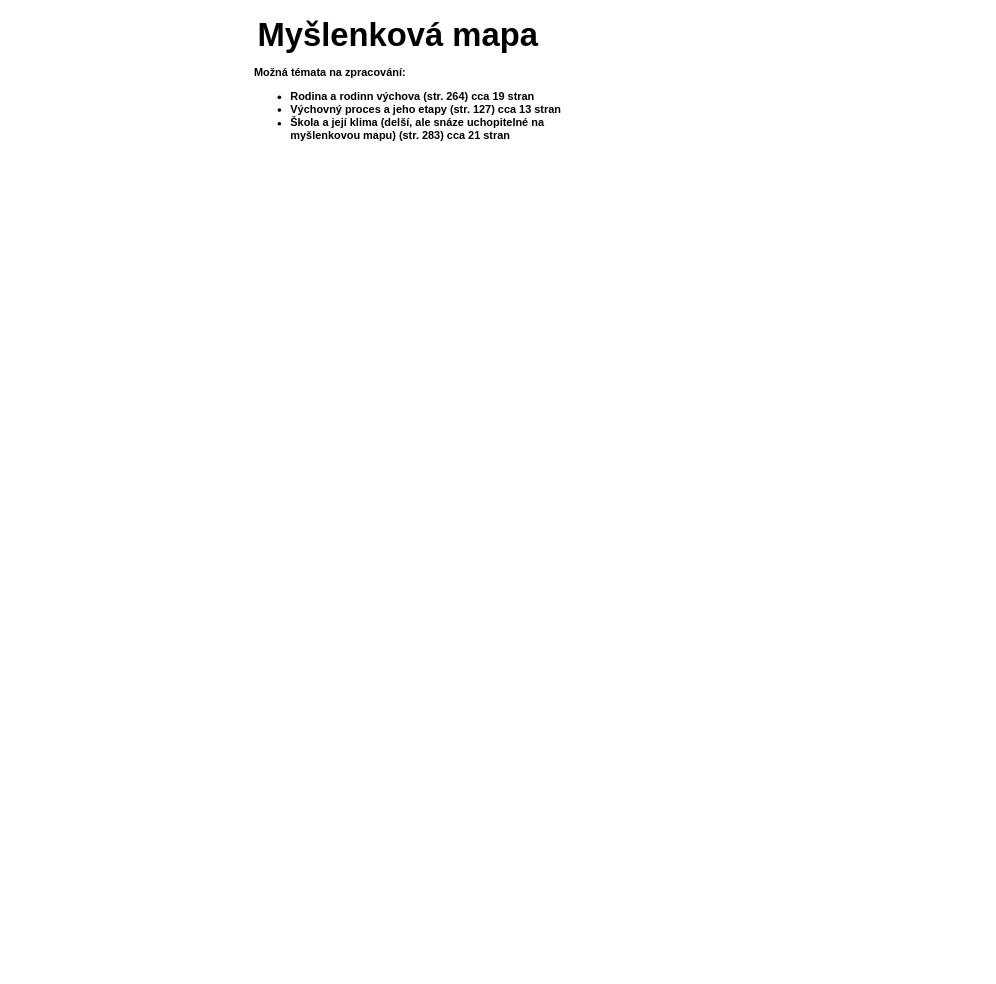
The draw.io diagram mind_map.drawio in 3n0wd3n/UP-Propedeutics---mind-map, before the edit. Source tidied: cells renumbered, new cells numbered last; positions are measured from the earlier drawing's top-left corner, leaving out a move shared by most shapes. Both pictures are drawn from the tidied source at 91%, with x=0, y=0 at pixel (252, 21).
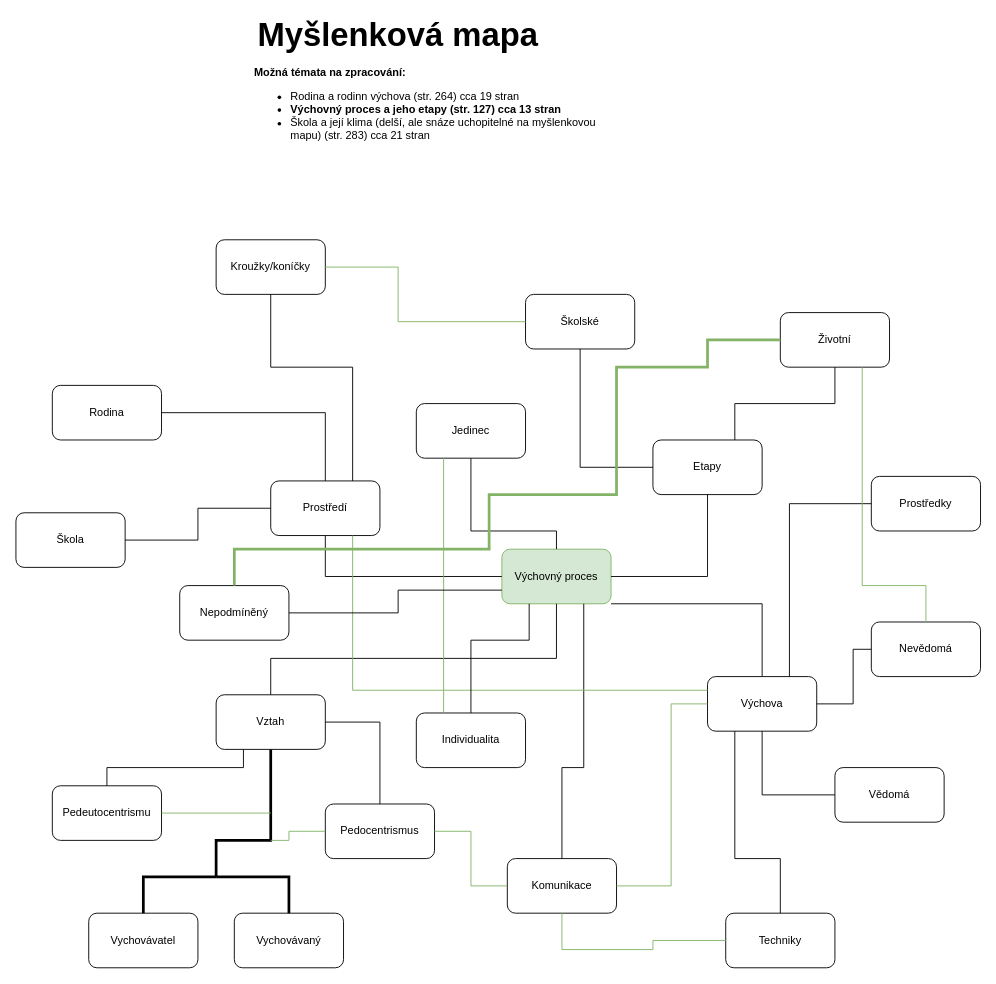
After the change.

The edit, as a diff of the source:
```diff
@@
-    <mxCell id="3" value="&lt;b&gt;Možná témata na zpracování:&lt;/b&gt;&lt;div&gt;&lt;ul&gt;&lt;li&gt;&lt;b&gt;Rodina a rodinn výchova (str. 264) cca 19 stran&lt;/b&gt;&lt;/li&gt;&lt;li&gt;&lt;b&gt;Výchovný proces a jeho etapy (str. 127) cca 13 stran&lt;/b&gt;&lt;/li&gt;&lt;li&gt;&lt;b&gt;Škola a její klima (delší, ale snáze uchopitelné na myšlenkovou mapu) (str. 283) cca 21 stran&lt;/b&gt;&lt;/li&gt;&lt;/ul&gt;&lt;div&gt;&lt;b&gt;&lt;br&gt;&lt;/b&gt;&lt;/div&gt;&lt;/div&gt;" style="text;html=1;align=left;verticalAlign=middle;whiteSpace=wrap;rounded=0;" parent="1" vertex="1">
+    <mxCell id="3" value="&lt;b&gt;Možná témata na zpracování:&lt;/b&gt;&lt;div&gt;&lt;ul&gt;&lt;li&gt;Rodina a rodinn výchova (str. 264) cca 19 stran&lt;/li&gt;&lt;li&gt;&lt;b&gt;Výchovný proces a jeho etapy (str. 127) cca 13 stran&lt;/b&gt;&lt;/li&gt;&lt;li&gt;Škola a její klima (delší, ale snáze uchopitelné na myšlenkovou mapu) (str. 283) cca 21 stran&lt;/li&gt;&lt;/ul&gt;&lt;div&gt;&lt;b&gt;&lt;br&gt;&lt;/b&gt;&lt;/div&gt;&lt;/div&gt;" style="text;html=1;align=left;verticalAlign=middle;whiteSpace=wrap;rounded=0;" parent="1" vertex="1">
       <mxGeometry y="40" width="400" height="127" as="geometry" />
     </mxCell>
+    <mxCell id="4" value="Výchovný proces" style="rounded=1;whiteSpace=wrap;html=1;fillColor=#d5e8d4;strokeColor=#82b366;" parent="1" vertex="1">
+      <mxGeometry x="274" y="580" width="120" height="60" as="geometry" />
+    </mxCell>
+    <mxCell id="5" value="Etapy" style="rounded=1;whiteSpace=wrap;html=1;" parent="1" vertex="1">
+      <mxGeometry x="440" y="460" width="120" height="60" as="geometry" />
+    </mxCell>
+    <mxCell id="6" value="Školské" style="rounded=1;whiteSpace=wrap;html=1;" parent="1" vertex="1">
+      <mxGeometry x="300" y="300" width="120" height="60" as="geometry" />
+    </mxCell>
+    <mxCell id="7" value="Životní" style="rounded=1;whiteSpace=wrap;html=1;" parent="1" vertex="1">
+      <mxGeometry x="580" y="320" width="120" height="60" as="geometry" />
+    </mxCell>
+    <mxCell id="8" style="endArrow=none;html=1;rounded=0;entryX=0.5;entryY=1;entryDx=0;entryDy=0;exitX=1;exitY=0.5;exitDx=0;exitDy=0;" parent="1" edge="1" source="4" target="5">
+      <mxGeometry relative="1" as="geometry">
+        <Array as="points">
+          <mxPoint x="500" y="610" />
+        </Array>
+      </mxGeometry>
+    </mxCell>
+    <mxCell id="9" style="endArrow=none;html=1;rounded=0;entryX=0.5;entryY=1;entryDx=0;entryDy=0;exitX=0;exitY=0.5;exitDx=0;exitDy=0;" parent="1" edge="1" source="5" target="6">
+      <mxGeometry relative="1" as="geometry">
+        <Array as="points">
+          <mxPoint x="360" y="490" />
+        </Array>
+      </mxGeometry>
+    </mxCell>
+    <mxCell id="10" style="endArrow=none;html=1;rounded=0;entryX=0.5;entryY=1;entryDx=0;entryDy=0;exitX=0.75;exitY=0;exitDx=0;exitDy=0;" parent="1" edge="1" source="5" target="7">
+      <mxGeometry relative="1" as="geometry">
+        <Array as="points">
+          <mxPoint x="530" y="420" />
+          <mxPoint x="640" y="420" />
+        </Array>
+      </mxGeometry>
+    </mxCell>
+    <mxCell id="11" value="Prostředí" style="rounded=1;whiteSpace=wrap;html=1;" parent="1" vertex="1">
+      <mxGeometry x="20" y="505" width="120" height="60" as="geometry" />
+    </mxCell>
+    <mxCell id="12" style="endArrow=none;html=1;rounded=0;exitX=0;exitY=0.5;exitDx=0;exitDy=0;entryX=0.5;entryY=1;entryDx=0;entryDy=0;" parent="1" edge="1" source="4" target="11">
+      <mxGeometry relative="1" as="geometry">
+        <Array as="points">
+          <mxPoint x="80" y="610" />
+        </Array>
+      </mxGeometry>
+    </mxCell>
+    <mxCell id="13" value="Rodina" style="rounded=1;whiteSpace=wrap;html=1;" parent="1" vertex="1">
+      <mxGeometry x="-220" y="400" width="120" height="60" as="geometry" />
+    </mxCell>
+    <mxCell id="14" style="endArrow=none;html=1;rounded=0;exitX=0.5;exitY=0;exitDx=0;exitDy=0;entryX=1;entryY=0.5;entryDx=0;entryDy=0;" parent="1" edge="1" source="11" target="13">
+      <mxGeometry relative="1" as="geometry">
+        <Array as="points">
+          <mxPoint x="80" y="430" />
+        </Array>
+      </mxGeometry>
+    </mxCell>
+    <mxCell id="15" value="Škola" style="rounded=1;whiteSpace=wrap;html=1;" parent="1" vertex="1">
+      <mxGeometry x="-260" y="540" width="120" height="60" as="geometry" />
+    </mxCell>
+    <mxCell id="16" style="endArrow=none;html=1;rounded=0;exitX=1;exitY=0.5;exitDx=0;exitDy=0;entryX=0;entryY=0.5;entryDx=0;entryDy=0;" parent="1" edge="1" source="15" target="11">
+      <mxGeometry relative="1" as="geometry">
+        <Array as="points">
+          <mxPoint x="-60" y="570" />
+          <mxPoint x="-60" y="535" />
+        </Array>
+      </mxGeometry>
+    </mxCell>
+    <mxCell id="17" value="Kroužky/koníčky" style="rounded=1;whiteSpace=wrap;html=1;" parent="1" vertex="1">
+      <mxGeometry x="-40" y="240" width="120" height="60" as="geometry" />
+    </mxCell>
+    <mxCell id="18" style="endArrow=none;html=1;rounded=0;exitX=0.75;exitY=0;exitDx=0;exitDy=0;entryX=0.5;entryY=1;entryDx=0;entryDy=0;" parent="1" edge="1" source="11" target="17">
+      <mxGeometry relative="1" as="geometry">
+        <Array as="points">
+          <mxPoint x="110" y="380" />
+          <mxPoint x="20" y="380" />
+        </Array>
+      </mxGeometry>
+    </mxCell>
+    <mxCell id="19" style="endArrow=none;html=1;rounded=0;entryX=0;entryY=0.5;entryDx=0;entryDy=0;exitX=1;exitY=0.5;exitDx=0;exitDy=0;fillColor=#d5e8d4;strokeColor=#82b366;" parent="1" edge="1" source="17" target="6">
+      <mxGeometry relative="1" as="geometry">
+        <Array as="points">
+          <mxPoint x="160" y="270" />
+          <mxPoint x="160" y="330" />
+        </Array>
+      </mxGeometry>
+    </mxCell>
+    <mxCell id="20" value="Vztah" style="rounded=1;whiteSpace=wrap;html=1;" parent="1" vertex="1">
+      <mxGeometry x="-40" y="740" width="120" height="60" as="geometry" />
+    </mxCell>
+    <mxCell id="21" style="endArrow=none;html=1;rounded=0;exitX=0.5;exitY=0;exitDx=0;exitDy=0;entryX=0.5;entryY=1;entryDx=0;entryDy=0;" parent="1" edge="1" source="20" target="4">
+      <mxGeometry relative="1" as="geometry">
+        <Array as="points">
+          <mxPoint x="20" y="700" />
+          <mxPoint x="334" y="700" />
+        </Array>
+      </mxGeometry>
+    </mxCell>
+    <mxCell id="22" value="Pedeutocentrismu" style="rounded=1;whiteSpace=wrap;html=1;" parent="1" vertex="1">
+      <mxGeometry x="-220" y="840" width="120" height="60" as="geometry" />
+    </mxCell>
+    <mxCell id="23" value="Pedocentrismus" style="rounded=1;whiteSpace=wrap;html=1;" parent="1" vertex="1">
+      <mxGeometry x="80" y="860" width="120" height="60" as="geometry" />
+    </mxCell>
+    <mxCell id="24" style="endArrow=none;html=1;rounded=0;exitX=0.5;exitY=0;exitDx=0;exitDy=0;entryX=0.25;entryY=1;entryDx=0;entryDy=0;" parent="1" edge="1" source="22" target="20">
+      <mxGeometry relative="1" as="geometry">
+        <Array as="points">
+          <mxPoint x="-160" y="820" />
+          <mxPoint x="-10" y="820" />
+        </Array>
+      </mxGeometry>
+    </mxCell>
+    <mxCell id="25" style="endArrow=none;html=1;rounded=0;exitX=1;exitY=0.5;exitDx=0;exitDy=0;entryX=0.5;entryY=0;entryDx=0;entryDy=0;" parent="1" edge="1" source="20" target="23">
+      <mxGeometry relative="1" as="geometry">
+        <Array as="points">
+          <mxPoint x="140" y="770" />
+        </Array>
+      </mxGeometry>
+    </mxCell>
+    <mxCell id="26" value="Komunikace" style="rounded=1;whiteSpace=wrap;html=1;" parent="1" vertex="1">
+      <mxGeometry x="280" y="920" width="120" height="60" as="geometry" />
+    </mxCell>
+    <mxCell id="27" style="endArrow=none;html=1;rounded=0;entryX=0;entryY=0.5;entryDx=0;entryDy=0;exitX=1;exitY=0.5;exitDx=0;exitDy=0;fillColor=#d5e8d4;strokeColor=#82b366;" parent="1" edge="1" source="23" target="26">
+      <mxGeometry relative="1" as="geometry">
+        <Array as="points">
+          <mxPoint x="240" y="890" />
+          <mxPoint x="240" y="950" />
+        </Array>
+      </mxGeometry>
+    </mxCell>
+    <mxCell id="28" style="endArrow=none;html=1;rounded=0;entryX=0.75;entryY=1;entryDx=0;entryDy=0;exitX=0.5;exitY=0;exitDx=0;exitDy=0;" parent="1" edge="1" source="26" target="4">
+      <mxGeometry relative="1" as="geometry">
+        <Array as="points">
+          <mxPoint x="340" y="820" />
+          <mxPoint x="364" y="820" />
+        </Array>
+      </mxGeometry>
+    </mxCell>
+    <mxCell id="29" value="Vychovávatel" style="rounded=1;whiteSpace=wrap;html=1;" parent="1" vertex="1">
+      <mxGeometry x="-180" y="980" width="120" height="60" as="geometry" />
+    </mxCell>
+    <mxCell id="30" value="Vychovávaný" style="rounded=1;whiteSpace=wrap;html=1;" parent="1" vertex="1">
+      <mxGeometry x="-20" y="980" width="120" height="60" as="geometry" />
+    </mxCell>
+    <mxCell id="31" style="endArrow=none;html=1;rounded=0;entryX=0.5;entryY=1;entryDx=0;entryDy=0;strokeWidth=3;" parent="1" edge="1" target="20">
+      <mxGeometry relative="1" as="geometry">
+        <mxPoint x="-40" y="940" as="sourcePoint" />
+        <Array as="points">
+          <mxPoint x="-40" y="900" />
+          <mxPoint x="20" y="900" />
+        </Array>
+      </mxGeometry>
+    </mxCell>
+    <mxCell id="32" style="endArrow=none;html=1;rounded=0;entryX=0.5;entryY=0;entryDx=0;entryDy=0;strokeWidth=3;" parent="1" edge="1" target="30">
+      <mxGeometry relative="1" as="geometry">
+        <mxPoint x="-40" y="940" as="sourcePoint" />
+        <Array as="points">
+          <mxPoint x="40" y="940" />
+        </Array>
+      </mxGeometry>
+    </mxCell>
+    <mxCell id="33" style="endArrow=none;html=1;rounded=0;entryX=0.5;entryY=0;entryDx=0;entryDy=0;strokeWidth=3;" parent="1" edge="1" target="29">
+      <mxGeometry relative="1" as="geometry">
+        <mxPoint x="-40" y="940" as="sourcePoint" />
+        <Array as="points">
+          <mxPoint x="-120" y="940" />
+        </Array>
+      </mxGeometry>
+    </mxCell>
+    <mxCell id="34" style="endArrow=none;html=1;rounded=0;entryX=0;entryY=0.5;entryDx=0;entryDy=0;fillColor=#d5e8d4;strokeColor=#82b366;" parent="1" edge="1" target="23">
+      <mxGeometry relative="1" as="geometry">
+        <mxPoint x="20" y="900" as="sourcePoint" />
+        <Array as="points">
+          <mxPoint x="40" y="900" />
+          <mxPoint x="40" y="890" />
+        </Array>
+      </mxGeometry>
+    </mxCell>
+    <mxCell id="35" style="endArrow=none;html=1;rounded=0;exitX=1;exitY=0.5;exitDx=0;exitDy=0;fillColor=#d5e8d4;strokeColor=#82b366;" parent="1" edge="1" source="22">
+      <mxGeometry relative="1" as="geometry">
+        <mxPoint x="20" y="870" as="targetPoint" />
+      </mxGeometry>
+    </mxCell>
+    <mxCell id="36" value="Výchova" style="rounded=1;whiteSpace=wrap;html=1;" parent="1" vertex="1">
+      <mxGeometry x="500" y="720" width="120" height="60" as="geometry" />
+    </mxCell>
+    <mxCell id="37" style="endArrow=none;html=1;rounded=0;entryX=1;entryY=1;entryDx=0;entryDy=0;exitX=0.5;exitY=0;exitDx=0;exitDy=0;" parent="1" edge="1" source="36" target="4">
+      <mxGeometry relative="1" as="geometry">
+        <Array as="points">
+          <mxPoint x="560" y="640" />
+        </Array>
+      </mxGeometry>
+    </mxCell>
+    <mxCell id="38" style="endArrow=none;html=1;rounded=0;entryX=0;entryY=0.5;entryDx=0;entryDy=0;exitX=1;exitY=0.5;exitDx=0;exitDy=0;fillColor=#d5e8d4;strokeColor=#82b366;" parent="1" edge="1" source="26" target="36">
+      <mxGeometry relative="1" as="geometry">
+        <Array as="points">
+          <mxPoint x="460" y="950" />
+          <mxPoint x="460" y="750" />
+        </Array>
+      </mxGeometry>
+    </mxCell>
+    <mxCell id="39" value="Vědomá" style="rounded=1;whiteSpace=wrap;html=1;" parent="1" vertex="1">
+      <mxGeometry x="640" y="820" width="120" height="60" as="geometry" />
+    </mxCell>
+    <mxCell id="40" value="Nevědomá" style="rounded=1;whiteSpace=wrap;html=1;" parent="1" vertex="1">
+      <mxGeometry x="680" y="660" width="120" height="60" as="geometry" />
+    </mxCell>
+    <mxCell id="41" style="endArrow=none;html=1;rounded=0;entryX=0;entryY=0.5;entryDx=0;entryDy=0;exitX=1;exitY=0.5;exitDx=0;exitDy=0;" parent="1" edge="1" source="36" target="40">
+      <mxGeometry relative="1" as="geometry">
+        <Array as="points">
+          <mxPoint x="660" y="750" />
+          <mxPoint x="660" y="690" />
+        </Array>
+      </mxGeometry>
+    </mxCell>
+    <mxCell id="42" style="endArrow=none;html=1;rounded=0;exitX=0;exitY=0.5;exitDx=0;exitDy=0;entryX=0.5;entryY=1;entryDx=0;entryDy=0;" parent="1" edge="1" source="39" target="36">
+      <mxGeometry relative="1" as="geometry">
+        <Array as="points">
+          <mxPoint x="560" y="850" />
+        </Array>
+      </mxGeometry>
+    </mxCell>
+    <mxCell id="43" style="endArrow=none;html=1;rounded=0;entryX=0;entryY=0.25;entryDx=0;entryDy=0;exitX=0.75;exitY=1;exitDx=0;exitDy=0;fillColor=#d5e8d4;strokeColor=#82b366;" parent="1" edge="1" source="11" target="36">
+      <mxGeometry relative="1" as="geometry">
+        <Array as="points">
+          <mxPoint x="110" y="735" />
+        </Array>
+      </mxGeometry>
+    </mxCell>
+    <mxCell id="44" value="Prostředky" style="rounded=1;whiteSpace=wrap;html=1;" parent="1" vertex="1">
+      <mxGeometry x="680" y="500" width="120" height="60" as="geometry" />
+    </mxCell>
+    <mxCell id="45" style="endArrow=none;html=1;rounded=0;entryX=0;entryY=0.5;entryDx=0;entryDy=0;exitX=0.75;exitY=0;exitDx=0;exitDy=0;" parent="1" edge="1" source="36" target="44">
+      <mxGeometry relative="1" as="geometry">
+        <Array as="points">
+          <mxPoint x="590" y="530" />
+        </Array>
+      </mxGeometry>
+    </mxCell>
+    <mxCell id="46" value="Techniky" style="rounded=1;whiteSpace=wrap;html=1;" parent="1" vertex="1">
+      <mxGeometry x="520" y="980" width="120" height="60" as="geometry" />
+    </mxCell>
+    <mxCell id="47" style="endArrow=none;html=1;rounded=0;entryX=0.25;entryY=1;entryDx=0;entryDy=0;exitX=0.5;exitY=0;exitDx=0;exitDy=0;" parent="1" edge="1" source="46" target="36">
+      <mxGeometry relative="1" as="geometry">
+        <Array as="points">
+          <mxPoint x="580" y="920" />
+          <mxPoint x="530" y="920" />
+        </Array>
+      </mxGeometry>
+    </mxCell>
+    <mxCell id="48" style="endArrow=none;html=1;rounded=0;exitX=0.5;exitY=1;exitDx=0;exitDy=0;entryX=0;entryY=0.5;entryDx=0;entryDy=0;fillColor=#d5e8d4;strokeColor=#82b366;" parent="1" edge="1" source="26" target="46">
+      <mxGeometry relative="1" as="geometry">
+        <Array as="points">
+          <mxPoint x="340" y="1020" />
+          <mxPoint x="440" y="1020" />
+          <mxPoint x="440" y="1010" />
+        </Array>
+      </mxGeometry>
+    </mxCell>
+    <mxCell id="49" value="Jedinec" style="rounded=1;whiteSpace=wrap;html=1;" parent="1" vertex="1">
+      <mxGeometry x="180" y="420" width="120" height="60" as="geometry" />
+    </mxCell>
+    <mxCell id="50" style="endArrow=none;html=1;rounded=0;entryX=0.5;entryY=1;entryDx=0;entryDy=0;exitX=0.5;exitY=0;exitDx=0;exitDy=0;" parent="1" edge="1" source="4" target="49">
+      <mxGeometry relative="1" as="geometry">
+        <Array as="points">
+          <mxPoint x="334" y="560" />
+          <mxPoint x="240" y="560" />
+        </Array>
+      </mxGeometry>
+    </mxCell>
+    <mxCell id="51" value="Individualita" style="rounded=1;whiteSpace=wrap;html=1;" parent="1" vertex="1">
+      <mxGeometry x="180" y="760" width="120" height="60" as="geometry" />
+    </mxCell>
+    <mxCell id="52" style="endArrow=none;html=1;rounded=0;entryX=0.25;entryY=1;entryDx=0;entryDy=0;exitX=0.5;exitY=0;exitDx=0;exitDy=0;" parent="1" edge="1" source="51" target="4">
+      <mxGeometry relative="1" as="geometry">
+        <Array as="points">
+          <mxPoint x="240" y="680" />
+          <mxPoint x="304" y="680" />
+        </Array>
+      </mxGeometry>
+    </mxCell>
+    <mxCell id="53" style="endArrow=none;html=1;rounded=0;exitX=0.25;exitY=0;exitDx=0;exitDy=0;entryX=0.25;entryY=1;entryDx=0;entryDy=0;fillColor=#d5e8d4;strokeColor=#82b366;" parent="1" edge="1" source="51" target="49">
+      <mxGeometry relative="1" as="geometry" />
+    </mxCell>
+    <mxCell id="54" value="Nepodmíněný" style="rounded=1;whiteSpace=wrap;html=1;" parent="1" vertex="1">
+      <mxGeometry x="-80" y="620" width="120" height="60" as="geometry" />
+    </mxCell>
+    <mxCell id="55" style="endArrow=none;html=1;rounded=0;entryX=1;entryY=0.5;entryDx=0;entryDy=0;exitX=0;exitY=0.75;exitDx=0;exitDy=0;" parent="1" edge="1" source="4" target="54">
+      <mxGeometry relative="1" as="geometry">
+        <Array as="points">
+          <mxPoint x="160" y="625" />
+          <mxPoint x="160" y="650" />
+        </Array>
+      </mxGeometry>
+    </mxCell>
+    <mxCell id="56" style="endArrow=none;html=1;rounded=0;entryX=0.5;entryY=0;entryDx=0;entryDy=0;exitX=0;exitY=0.5;exitDx=0;exitDy=0;fillColor=#d5e8d4;strokeColor=#82b366;strokeWidth=3;" parent="1" edge="1" source="7" target="54">
+      <mxGeometry relative="1" as="geometry">
+        <Array as="points">
+          <mxPoint x="500" y="350" />
+          <mxPoint x="500" y="380" />
+          <mxPoint x="400" y="380" />
+          <mxPoint x="400" y="520" />
+          <mxPoint x="260" y="520" />
+          <mxPoint x="260" y="580" />
+          <mxPoint x="-20" y="580" />
+        </Array>
+      </mxGeometry>
+    </mxCell>
+    <mxCell id="57" style="endArrow=none;html=1;rounded=0;entryX=0.5;entryY=0;entryDx=0;entryDy=0;exitX=0.75;exitY=1;exitDx=0;exitDy=0;fillColor=#d5e8d4;strokeColor=#82b366;" parent="1" edge="1" source="7" target="40">
+      <mxGeometry relative="1" as="geometry">
+        <Array as="points">
+          <mxPoint x="670" y="620" />
+          <mxPoint x="740" y="620" />
+        </Array>
+      </mxGeometry>
+    </mxCell>
```
